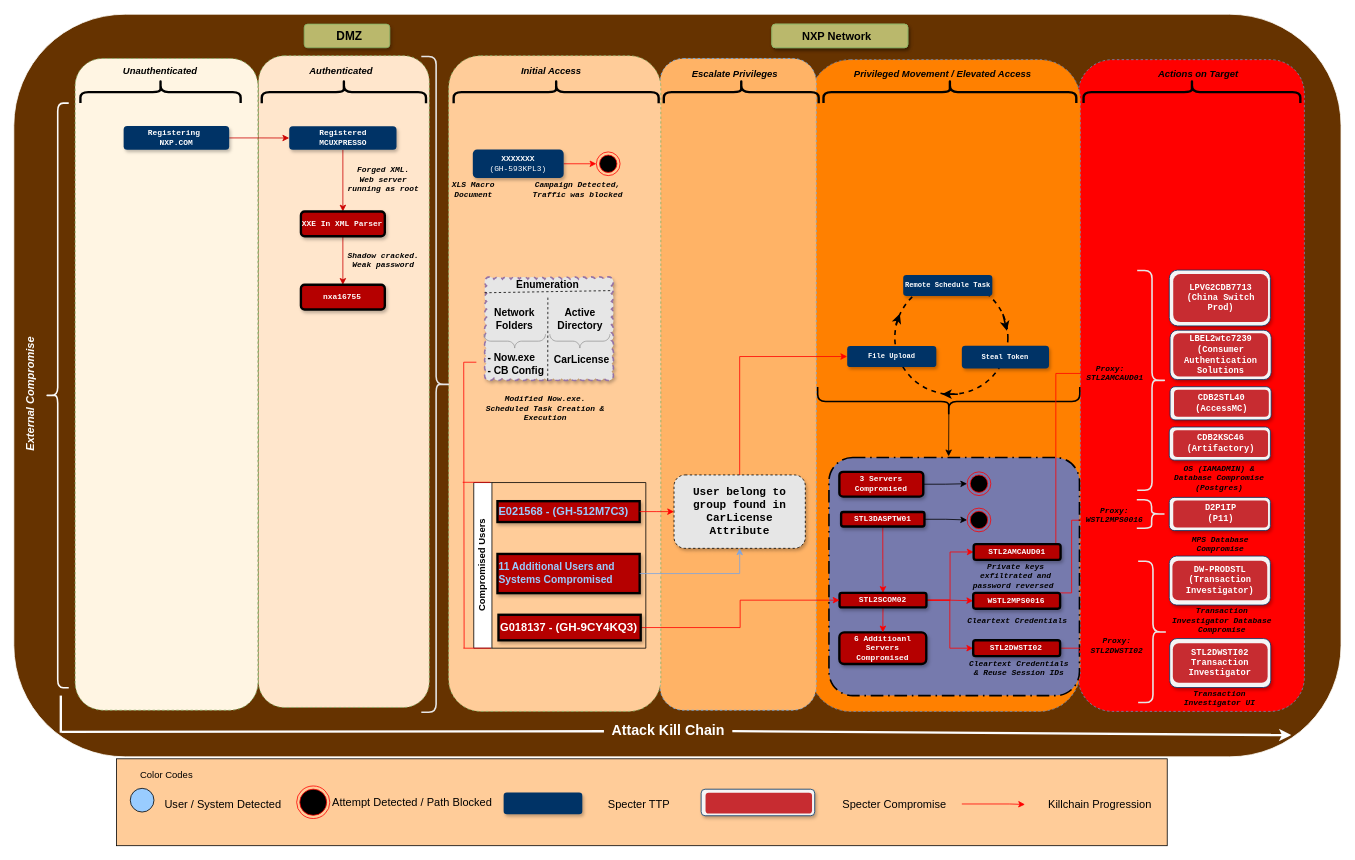
The draw.io diagram nxp.drawio in thodorian/test, before the edit. Source tidied: cells renumbered, new cells numbered last; positions are measured from the earlier drawing's top-left corner, leaving out a move shared by most shapes. Both pictures are drawn from the tidied source at 79%, with x=0, y=0 at pixel (-35, -36).
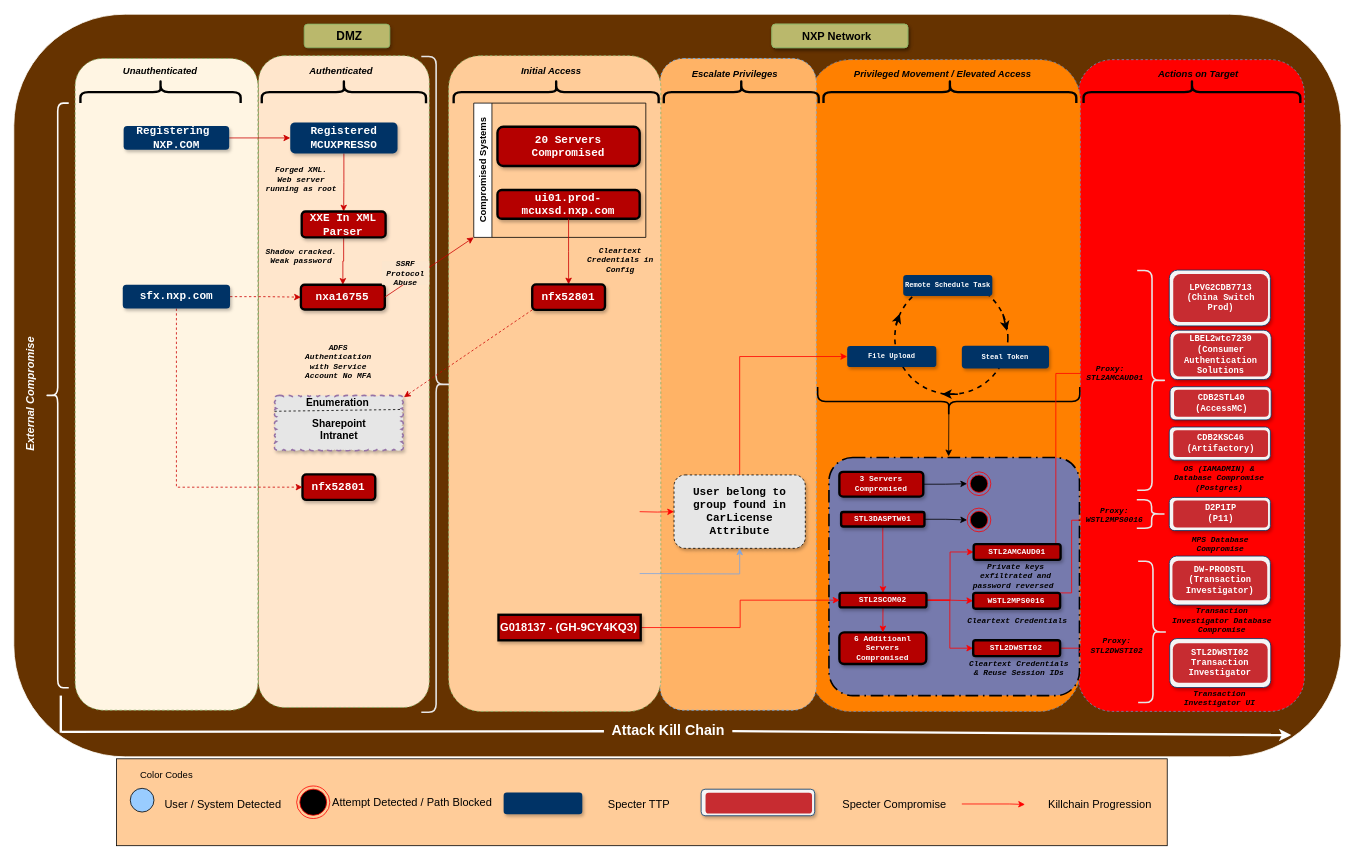
The same page after the edit.

The change refers to these unchanged cells:
```xml
<mxCell id="53" value="&lt;font style=&quot;font-size: 14px;&quot;&gt;User belong to group found in CarLicense Attribute&lt;br&gt;&lt;/font&gt;" style="rounded=1;whiteSpace=wrap;html=1;fillColor=#E6E6E6;strokeColor=#000000;glass=0;shadow=1;strokeWidth=1;perimeterSpacing=0;gradientColor=none;fontFamily=Courier New;fontSize=10;fontStyle=1;fontColor=#000000;dashed=1;" parent="1" vertex="1">
  <mxGeometry x="896.7" y="645.7" width="166.2" height="92.9" as="geometry" />
</mxCell>
```

What changed in the source:
```diff
@@
-    <mxCell id="16" style="edgeStyle=orthogonalEdgeStyle;rounded=0;jettySize=auto;html=1;exitX=1;exitY=0.5;exitDx=0;exitDy=0;entryX=0;entryY=0.5;entryDx=0;entryDy=0;strokeColor=#FF0000;" parent="1" edge="1" source="17" target="39">
-      <mxGeometry relative="1" as="geometry" />
-    </mxCell>
-    <mxCell id="17" value="XXXXXXX&lt;br&gt;&lt;span style=&quot;font-weight: normal&quot;&gt;(GH-593KPL3)&lt;/span&gt;" style="rounded=1;whiteSpace=wrap;html=1;fillColor=#003366;strokeColor=none;glass=0;shadow=1;strokeWidth=3;perimeterSpacing=0;gradientColor=none;fontFamily=Courier New;fontSize=10;fontStyle=1;fontColor=#FFFFFF;" parent="1" vertex="1">
-      <mxGeometry x="642" y="233.8" width="115" height="36" as="geometry" />
-    </mxCell>
@@
-    <mxCell id="38" value="&lt;font style=&quot;font-size: 10px;&quot;&gt;&lt;b style=&quot;font-size: 10px;&quot;&gt;XLS Macro &lt;br style=&quot;font-size: 10px;&quot;&gt;Document&lt;/b&gt;&lt;/font&gt;" style="text;html=1;align=center;verticalAlign=middle;whiteSpace=wrap;shadow=1;glass=0;comic=0;labelBackgroundColor=none;fontFamily=Courier New;fontSize=10;rotation=0;fontStyle=2;fontColor=#000000;" parent="1" vertex="1">
-      <mxGeometry x="582.2" y="266.8" width="122" height="36.4" as="geometry" />
-    </mxCell>
-    <mxCell id="39" style="ellipse;html=1;shape=endState;fillColor=#000000;strokeColor=#ff0000;" parent="1" vertex="1">
-      <mxGeometry x="798.4" y="236.8" width="30" height="30" as="geometry" />
-    </mxCell>
-    <mxCell id="40" value="&lt;b style=&quot;font-size: 10px;&quot;&gt;Campaign Detected, Traffic was blocked&lt;/b&gt;" style="text;html=1;align=center;verticalAlign=middle;whiteSpace=wrap;shadow=1;glass=0;comic=0;labelBackgroundColor=none;fontFamily=Courier New;fontSize=10;rotation=0;fontStyle=2;fontColor=#000000;" parent="1" vertex="1">
-      <mxGeometry x="714.1" y="266.8" width="122" height="36.4" as="geometry" />
-    </mxCell>
     <mxCell id="41" style="group;" parent="1" vertex="1">
-      <mxGeometry x="656" y="395" width="164" height="140" as="geometry" />
+      <mxGeometry x="390" y="545" width="164" height="140" as="geometry" />
     </mxCell>
     <mxCell id="42" style="whiteSpace=wrap;html=1;shape=mxgraph.basic.cloud_rect;shadow=1;dashed=1;strokeWidth=2;fontSize=11;align=left;labelBackgroundColor=#ffffff;fillStyle=auto;fillColor=#E6E6E6;strokeColor=#9673a6;" parent="41" vertex="1">
-      <mxGeometry x="0.9" width="163.1" height="131.2" as="geometry" />
+      <mxGeometry x="0.9" width="163.1" height="70" as="geometry" />
     </mxCell>
@@
-    <mxCell id="44" style="endArrow=none;dashed=1;html=1;fontSize=11;fontColor=#949494;entryX=0.992;entryY=0.132;entryDx=0;entryDy=0;entryPerimeter=0;exitX=0.016;exitY=0.156;exitDx=0;exitDy=0;exitPerimeter=0;" parent="41" edge="1" target="42">
+    <mxCell id="44" style="endArrow=none;dashed=1;html=1;fontSize=11;fontColor=#949494;entryX=0.98;entryY=0.255;entryDx=0;entryDy=0;entryPerimeter=0;exitX=0.016;exitY=0.156;exitDx=0;exitDy=0;exitPerimeter=0;" parent="41" edge="1" target="42">
       <mxGeometry relative="1" as="geometry">
         <mxPoint x="0.9" y="20.1" as="sourcePoint" />
       </mxGeometry>
     </mxCell>
-    <mxCell id="45" value="Network Folders" style="text;html=1;strokeColor=none;fillColor=none;align=center;verticalAlign=middle;whiteSpace=wrap;rounded=0;glass=0;shadow=0;labelBackgroundColor=none;labelBorderColor=none;fontSize=13;fontStyle=1;" parent="41" vertex="1">
-      <mxGeometry x="9" y="39.4" width="60" height="26.2" as="geometry" />
-    </mxCell>
-    <mxCell id="46" value="Active Directory" style="text;html=1;strokeColor=none;fillColor=none;align=center;verticalAlign=middle;whiteSpace=wrap;rounded=0;fontSize=13;fontStyle=1;" parent="41" vertex="1">
-      <mxGeometry x="91.5" y="39.4" width="60" height="26.2" as="geometry" />
+    <mxCell id="46" value="Sharepoint Intranet" style="text;html=1;strokeColor=none;fillColor=none;align=center;verticalAlign=middle;whiteSpace=wrap;rounded=0;fontSize=13;fontStyle=1;" parent="41" vertex="1">
+      <mxGeometry x="52.5" y="30" width="60" height="26.2" as="geometry" />
     </mxCell>
-    <mxCell id="47" style="endArrow=none;dashed=1;html=1;fontSize=11;fontColor=#949494;entryX=0.49;entryY=1;entryDx=0;entryDy=0;entryPerimeter=0;" parent="41" edge="1" target="42">
-      <mxGeometry relative="1" as="geometry">
-        <mxPoint x="81" y="26.2" as="sourcePoint" />
-      </mxGeometry>
-    </mxCell>
-    <mxCell id="48" style="verticalLabelPosition=bottom;shadow=0;dashed=0;align=center;html=1;verticalAlign=top;strokeWidth=1;shape=mxgraph.mockup.markup.curlyBrace;whiteSpace=wrap;strokeColor=#999999;rotation=-180;" parent="41" vertex="1">
-      <mxGeometry y="72.6" width="78" height="17.5" as="geometry" />
-    </mxCell>
-    <mxCell id="49" style="verticalLabelPosition=bottom;shadow=0;dashed=0;align=center;html=1;verticalAlign=top;strokeWidth=1;shape=mxgraph.mockup.markup.curlyBrace;whiteSpace=wrap;strokeColor=#999999;rotation=-180;" parent="41" vertex="1">
-      <mxGeometry x="83.5" y="72.6" width="76" height="17.5" as="geometry" />
-    </mxCell>
-    <mxCell id="50" value="- Now.exe&lt;br&gt;- CB Config" style="text;html=1;strokeColor=none;fillColor=none;align=left;verticalAlign=middle;whiteSpace=wrap;rounded=0;glass=0;shadow=0;labelBackgroundColor=none;labelBorderColor=none;fontSize=13;fontStyle=1;" parent="41" vertex="1">
-      <mxGeometry x="3.3" y="97.1" width="78.4" height="26.2" as="geometry" />
-    </mxCell>
-    <mxCell id="51" value="CarLicense" style="text;html=1;strokeColor=none;fillColor=none;align=center;verticalAlign=middle;whiteSpace=wrap;rounded=0;glass=0;shadow=0;labelBackgroundColor=none;labelBorderColor=none;fontSize=13;fontStyle=1;" parent="41" vertex="1">
-      <mxGeometry x="93.4" y="87.5" width="62.1" height="35.9" as="geometry" />
-    </mxCell>
+    <mxCell id="153" value="&lt;p style=&quot;margin: 0in;&quot;&gt;&lt;font face=&quot;Courier New&quot; style=&quot;&quot; color=&quot;#ffffff&quot;&gt;&lt;span style=&quot;font-size: 14px;&quot;&gt;nfx52801&lt;/span&gt;&lt;/font&gt;&lt;/p&gt;" style="rounded=1;whiteSpace=wrap;html=1;glass=0;shadow=1;strokeWidth=3;perimeterSpacing=0;fontFamily=Courier New;fontSize=10;fontStyle=1;fillColor=#B50000;align=center;" parent="41" vertex="1">
+      <mxGeometry x="36.4" y="100" width="92.1" height="32.3" as="geometry" />
+    </mxCell>
@@
-    <mxCell id="54" value="&lt;b style=&quot;font-size: 10px;&quot;&gt;Modified Now.exe. Scheduled Task Creation &amp;amp; Execution&lt;/b&gt;" style="text;html=1;align=center;verticalAlign=middle;whiteSpace=wrap;shadow=1;glass=0;comic=0;labelBackgroundColor=none;fontFamily=Courier New;fontSize=10;rotation=0;fontStyle=2;fontColor=#000000;" parent="1" vertex="1">
-      <mxGeometry x="654.5" y="543.4" width="158" height="36.4" as="geometry" />
-    </mxCell>
-    <mxCell id="55" style="endArrow=none;html=1;rounded=0;strokeColor=#FF0000;" parent="1" edge="1">
-      <mxGeometry relative="1" as="geometry">
-        <mxPoint x="630.5" y="503" as="sourcePoint" />
-        <mxPoint x="646.5" y="503" as="targetPoint" />
-      </mxGeometry>
-    </mxCell>
-    <mxCell id="56" style="endArrow=none;html=1;rounded=0;strokeColor=#FF0000;" parent="1" edge="1">
-      <mxGeometry relative="1" as="geometry">
-        <mxPoint x="631" y="865" as="sourcePoint" />
-        <mxPoint x="630.5" y="503" as="targetPoint" />
-      </mxGeometry>
-    </mxCell>
@@
-    <mxCell id="95" value="Compromised Users" style="swimlane;horizontal=0;whiteSpace=wrap;html=1;" parent="1" vertex="1">
-      <mxGeometry x="643.2" y="655.3" width="217.8" height="209.7" as="geometry" />
-    </mxCell>
-    <mxCell id="96" value="&lt;p style=&quot;margin: 0in; font-family: Calibri; font-size: 11pt;&quot;&gt;&lt;span style=&quot;font-size: 14px; color: rgb(153, 204, 255); background-color: initial;&quot;&gt;E021568 - (GH-512M7C3)&lt;/span&gt;&lt;br&gt;&lt;/p&gt;" style="rounded=0;whiteSpace=wrap;html=1;glass=0;shadow=1;strokeWidth=3;perimeterSpacing=0;fontFamily=Courier New;fontSize=10;fontStyle=1;fillColor=#B50000;align=left;" parent="95" vertex="1">
-      <mxGeometry x="30" y="23.6" width="180" height="26.4" as="geometry" />
-    </mxCell>
-    <mxCell id="97" value="&lt;p style=&quot;margin: 0in; font-size: 13px;&quot;&gt;&lt;font face=&quot;Calibri&quot; color=&quot;#99ccff&quot;&gt;11 Additional Users and Systems Compromised&lt;/font&gt;&lt;/p&gt;" style="rounded=0;whiteSpace=wrap;html=1;glass=0;shadow=1;strokeWidth=3;perimeterSpacing=0;fontFamily=Courier New;fontSize=10;fontStyle=1;fillColor=#B50000;align=left;" parent="95" vertex="1">
-      <mxGeometry x="30" y="90.4" width="180" height="49.6" as="geometry" />
-    </mxCell>
-    <mxCell id="98" style="edgeStyle=orthogonalEdgeStyle;rounded=0;jettySize=auto;html=1;exitX=1;exitY=0.5;exitDx=0;exitDy=0;entryX=0;entryY=0.5;entryDx=0;entryDy=0;strokeColor=#FF0000;" parent="1" edge="1" source="96" target="53">
-      <mxGeometry relative="1" as="geometry" />
+    <mxCell id="98" style="edgeStyle=orthogonalEdgeStyle;rounded=0;jettySize=auto;html=1;exitX=1;exitY=0.5;exitDx=0;exitDy=0;entryX=0;entryY=0.5;entryDx=0;entryDy=0;strokeColor=#FF0000;" parent="1" edge="1" target="53">
+      <mxGeometry relative="1" as="geometry">
+        <mxPoint x="853.2" y="692.2" as="sourcePoint" />
+      </mxGeometry>
     </mxCell>
-    <mxCell id="99" style="edgeStyle=orthogonalEdgeStyle;rounded=0;jettySize=auto;html=1;exitX=1;exitY=0.5;exitDx=0;exitDy=0;entryX=0.5;entryY=1;entryDx=0;entryDy=0;strokeColor=#7EA6E0;" parent="1" edge="1" source="97" target="53">
-      <mxGeometry relative="1" as="geometry" />
+    <mxCell id="99" style="edgeStyle=orthogonalEdgeStyle;rounded=0;jettySize=auto;html=1;exitX=1;exitY=0.5;exitDx=0;exitDy=0;entryX=0.5;entryY=1;entryDx=0;entryDy=0;strokeColor=#7EA6E0;" parent="1" edge="1" target="53">
+      <mxGeometry relative="1" as="geometry">
+        <mxPoint x="853.2" y="770.5" as="sourcePoint" />
+      </mxGeometry>
     </mxCell>
@@
-    <mxCell id="117" style="endArrow=none;html=1;rounded=0;entryX=0;entryY=0.5;entryDx=0;entryDy=0;strokeColor=#FF0000;" parent="1" edge="1">
-      <mxGeometry relative="1" as="geometry">
-        <mxPoint x="629.2" y="655" as="sourcePoint" />
-        <mxPoint x="664.2" y="655" as="targetPoint" />
-      </mxGeometry>
-    </mxCell>
@@
-    <mxCell id="143" style="endArrow=none;html=1;rounded=0;entryX=0;entryY=0.5;entryDx=0;entryDy=0;strokeColor=#FF0000;" parent="1" edge="1">
-      <mxGeometry relative="1" as="geometry">
-        <mxPoint x="630" y="865" as="sourcePoint" />
-        <mxPoint x="665" y="865" as="targetPoint" />
-      </mxGeometry>
-    </mxCell>
@@
-    <mxCell id="145" value="Registering&amp;nbsp;&lt;div&gt;NXP.COM&lt;/div&gt;" style="rounded=1;whiteSpace=wrap;html=1;fillColor=#003366;strokeColor=none;glass=0;shadow=1;strokeWidth=3;perimeterSpacing=0;gradientColor=none;fontFamily=Courier New;fontSize=10;fontStyle=1;fontColor=#FFFFFF;" parent="1" vertex="1">
+    <mxCell id="145" value="&lt;font style=&quot;font-size: 14px;&quot;&gt;Registering&amp;nbsp;&lt;/font&gt;&lt;div style=&quot;font-size: 14px;&quot;&gt;&lt;font style=&quot;font-size: 14px;&quot;&gt;NXP.COM&lt;/font&gt;&lt;/div&gt;" style="rounded=1;whiteSpace=wrap;html=1;fillColor=#003366;strokeColor=none;glass=0;shadow=1;strokeWidth=3;perimeterSpacing=0;gradientColor=none;fontFamily=Courier New;fontSize=10;fontStyle=1;fontColor=#FFFFFF;" parent="1" vertex="1">
       <mxGeometry x="200" y="204.1" width="133.6" height="30" as="geometry" />
     </mxCell>
@@
-    <mxCell id="147" value="Registered&lt;div&gt;MCUXPRESSO&lt;/div&gt;" style="rounded=1;whiteSpace=wrap;html=1;fillColor=#003366;strokeColor=none;glass=0;shadow=1;strokeWidth=3;perimeterSpacing=0;gradientColor=none;fontFamily=Courier New;fontSize=10;fontStyle=1;fontColor=#FFFFFF;" parent="1" vertex="1">
-      <mxGeometry x="409.6" y="204.2" width="135.8" height="30" as="geometry" />
+    <mxCell id="147" value="&lt;font style=&quot;font-size: 14px;&quot;&gt;Registered&lt;/font&gt;&lt;div style=&quot;font-size: 14px;&quot;&gt;&lt;font style=&quot;font-size: 14px;&quot;&gt;MCUXPRESSO&lt;/font&gt;&lt;/div&gt;" style="rounded=1;whiteSpace=wrap;html=1;fillColor=#003366;strokeColor=none;glass=0;shadow=1;strokeWidth=3;perimeterSpacing=0;gradientColor=none;fontFamily=Courier New;fontSize=10;fontStyle=1;fontColor=#FFFFFF;" parent="1" vertex="1">
+      <mxGeometry x="410.9" y="199.5" width="135.8" height="39.2" as="geometry" />
     </mxCell>
@@
-    <mxCell id="149" value="&lt;font color=&quot;#fcfcfc&quot;&gt;XXE In XML Parser&lt;/font&gt;" style="rounded=1;whiteSpace=wrap;html=1;glass=0;shadow=1;strokeWidth=3;perimeterSpacing=0;fontFamily=Courier New;fontSize=10;fontStyle=1;fillColor=#B50000;" parent="1" vertex="1">
-      <mxGeometry x="424.4" y="312.2" width="106.2" height="31.3" as="geometry" />
+    <mxCell id="149" value="&lt;font style=&quot;font-size: 14px;&quot; color=&quot;#fcfcfc&quot;&gt;XXE In XML Parser&lt;/font&gt;" style="rounded=1;whiteSpace=wrap;html=1;glass=0;shadow=1;strokeWidth=3;perimeterSpacing=0;fontFamily=Courier New;fontSize=10;fontStyle=1;fillColor=#B50000;" parent="1" vertex="1">
+      <mxGeometry x="425.4" y="312.2" width="106.2" height="32.8" as="geometry" />
     </mxCell>
-    <mxCell id="150" value="&lt;font color=&quot;#fcfcfc&quot;&gt;nxa16755&lt;/font&gt;" style="rounded=1;whiteSpace=wrap;html=1;glass=0;shadow=1;strokeWidth=3;perimeterSpacing=0;fontFamily=Courier New;fontSize=10;fontStyle=1;fillColor=#B50000;" parent="1" vertex="1">
+    <mxCell id="150" value="&lt;font style=&quot;font-size: 14px;&quot; color=&quot;#fcfcfc&quot;&gt;nxa16755&lt;/font&gt;" style="rounded=1;whiteSpace=wrap;html=1;glass=0;shadow=1;strokeWidth=3;perimeterSpacing=0;fontFamily=Courier New;fontSize=10;fontStyle=1;fillColor=#B50000;" parent="1" vertex="1">
       <mxGeometry x="424.4" y="405" width="106.2" height="31.3" as="geometry" />
     </mxCell>
     <mxCell id="151" value="&lt;b&gt;Forged XML.&lt;/b&gt;&lt;div&gt;&lt;b&gt;Web server running as root&lt;/b&gt;&lt;/div&gt;" style="text;html=1;align=center;verticalAlign=middle;whiteSpace=wrap;shadow=1;glass=0;comic=0;labelBackgroundColor=none;fontFamily=Courier New;fontSize=10;rotation=0;fontStyle=2;fontColor=#000000;" parent="1" vertex="1">
-      <mxGeometry x="478.4" y="253.4" width="101.6" height="36.4" as="geometry" />
+      <mxGeometry x="374" y="253.4" width="101.6" height="36.4" as="geometry" />
     </mxCell>
     <mxCell id="152" value="&lt;b&gt;Shadow cracked. Weak password&lt;/b&gt;" style="text;html=1;align=center;verticalAlign=middle;whiteSpace=wrap;shadow=1;glass=0;comic=0;labelBackgroundColor=none;fontFamily=Courier New;fontSize=10;rotation=0;fontStyle=2;fontColor=#000000;" parent="1" vertex="1">
-      <mxGeometry x="478.4" y="356.1" width="101.6" height="36.4" as="geometry" />
+      <mxGeometry x="374" y="350.5" width="101.6" height="36.4" as="geometry" />
     </mxCell>
+    <mxCell id="154" style="edgeStyle=orthogonalEdgeStyle;rounded=0;jettySize=auto;html=1;exitX=1;exitY=0.5;exitDx=0;exitDy=0;entryX=0;entryY=0.5;entryDx=0;entryDy=0;strokeColor=#CC0000;dashed=1;" parent="1" edge="1" source="156" target="150">
+      <mxGeometry relative="1" as="geometry" />
+    </mxCell>
+    <mxCell id="155" style="edgeStyle=orthogonalEdgeStyle;rounded=0;jettySize=auto;html=1;exitX=0.5;exitY=1;exitDx=0;exitDy=0;entryX=0;entryY=0.5;entryDx=0;entryDy=0;strokeColor=#CC0000;curved=0;dashed=1;" parent="1" edge="1" source="156" target="153">
+      <mxGeometry relative="1" as="geometry" />
+    </mxCell>
+    <mxCell id="156" value="&lt;font style=&quot;font-size: 14px;&quot;&gt;sfx.nxp.com&lt;/font&gt;" style="rounded=1;whiteSpace=wrap;html=1;fillColor=#003366;strokeColor=none;glass=0;shadow=1;strokeWidth=3;perimeterSpacing=0;gradientColor=none;fontFamily=Courier New;fontSize=10;fontStyle=1;fontColor=#FFFFFF;" parent="1" vertex="1">
+      <mxGeometry x="198.9" y="405" width="135.8" height="30" as="geometry" />
+    </mxCell>
+    <mxCell id="157" value="Compromised Systems" style="swimlane;horizontal=0;whiteSpace=wrap;html=1;" parent="1" vertex="1">
+      <mxGeometry x="643.2" y="175" width="217.8" height="170" as="geometry" />
+    </mxCell>
+    <mxCell id="158" value="&lt;p style=&quot;margin: 0in;&quot;&gt;&lt;font style=&quot;font-size: 14px;&quot;&gt;ui01.prod-mcuxsd.nxp.com&lt;/font&gt;&lt;br&gt;&lt;/p&gt;" style="rounded=1;whiteSpace=wrap;html=1;glass=0;shadow=1;strokeWidth=3;perimeterSpacing=0;fontFamily=Courier New;fontSize=10;fontStyle=1;fillColor=#B50000;align=center;fontColor=#FFFFFF;" parent="157" vertex="1">
+      <mxGeometry x="30" y="110" width="180" height="36.4" as="geometry" />
+    </mxCell>
+    <mxCell id="159" value="&lt;p style=&quot;margin: 0in;&quot;&gt;&lt;font face=&quot;Courier New&quot; style=&quot;font-size: 14px;&quot;&gt;20 Servers Compromised&lt;/font&gt;&lt;/p&gt;" style="rounded=1;whiteSpace=wrap;html=1;glass=0;shadow=1;strokeWidth=3;perimeterSpacing=0;fontFamily=Courier New;fontSize=10;fontStyle=1;fillColor=#B50000;align=center;fontColor=#FFFFFF;" parent="157" vertex="1">
+      <mxGeometry x="30" y="30" width="180" height="49.6" as="geometry" />
+    </mxCell>
+    <mxCell id="160" style="endArrow=classic;html=1;rounded=0;entryX=0;entryY=1;entryDx=0;entryDy=0;strokeColor=#CC0000;exitX=1;exitY=0.5;exitDx=0;exitDy=0;" parent="1" edge="1" source="150" target="157">
+      <mxGeometry relative="1" as="geometry" />
+    </mxCell>
+    <mxCell id="161" value="&lt;b style=&quot;font-family: &amp;quot;Courier New&amp;quot;; font-size: 10px; font-style: italic;&quot;&gt;SSRF&lt;/b&gt;&lt;div style=&quot;font-family: &amp;quot;Courier New&amp;quot;; font-size: 10px; font-style: italic;&quot;&gt;&lt;b&gt;Protocol Abuse&lt;/b&gt;&lt;/div&gt;" style="rounded=0;whiteSpace=wrap;html=1;fillColor=#fce6ce;strokeColor=none;" parent="1" vertex="1">
+      <mxGeometry x="526.9" y="375" width="60" height="30" as="geometry" />
+    </mxCell>
+    <mxCell id="162" style="edgeStyle=orthogonalEdgeStyle;rounded=0;jettySize=auto;html=1;exitX=0.5;exitY=1;exitDx=0;exitDy=0;entryX=0.5;entryY=0;entryDx=0;entryDy=0;strokeColor=#CC0000;" parent="1" edge="1" source="165">
+      <mxGeometry relative="1" as="geometry">
+        <mxPoint x="762" y="424.7" as="targetPoint" />
+      </mxGeometry>
+    </mxCell>
+    <mxCell id="163" value="&lt;b&gt;Cleartext Credentials in Config&lt;/b&gt;" style="text;html=1;align=center;verticalAlign=middle;whiteSpace=wrap;shadow=1;glass=0;comic=0;labelBackgroundColor=none;fontFamily=Courier New;fontSize=10;rotation=0;fontStyle=2;fontColor=#000000;" parent="1" vertex="1">
+      <mxGeometry x="778.4" y="356.1" width="101.6" height="36.4" as="geometry" />
+    </mxCell>
+    <mxCell id="164" style="edgeStyle=orthogonalEdgeStyle;rounded=0;jettySize=auto;html=1;exitX=0.5;exitY=1;exitDx=0;exitDy=0;entryX=0.5;entryY=0;entryDx=0;entryDy=0;strokeColor=#CC0000;" parent="1" edge="1" source="158" target="165">
+      <mxGeometry relative="1" as="geometry" />
+    </mxCell>
+    <mxCell id="165" value="&lt;p style=&quot;margin: 0in;&quot;&gt;&lt;font face=&quot;Courier New&quot; style=&quot;&quot; color=&quot;#ffffff&quot;&gt;&lt;span style=&quot;font-size: 14px;&quot;&gt;nfx52801&lt;/span&gt;&lt;/font&gt;&lt;/p&gt;" style="rounded=1;whiteSpace=wrap;html=1;glass=0;shadow=1;strokeWidth=3;perimeterSpacing=0;fontFamily=Courier New;fontSize=10;fontStyle=1;fillColor=#B50000;align=center;" parent="1" vertex="1">
+      <mxGeometry x="717.2" y="404.5" width="92.1" height="32.3" as="geometry" />
+    </mxCell>
+    <mxCell id="166" style="endArrow=classic;html=1;rounded=0;entryX=1.005;entryY=0.032;entryDx=0;entryDy=0;strokeColor=#CC0000;exitX=0;exitY=1;exitDx=0;exitDy=0;entryPerimeter=0;dashed=1;" parent="1" edge="1" source="165" target="42">
+      <mxGeometry relative="1" as="geometry" />
+    </mxCell>
+    <mxCell id="167" value="&lt;b&gt;ADFS Authentication with Service Account No MFA&lt;/b&gt;" style="text;html=1;align=center;verticalAlign=middle;whiteSpace=wrap;shadow=1;glass=0;comic=0;labelBackgroundColor=none;fontFamily=Courier New;fontSize=10;rotation=0;fontStyle=2;fontColor=#000000;" parent="1" vertex="1">
+      <mxGeometry x="421.2" y="485" width="101.6" height="36.4" as="geometry" />
+    </mxCell>
```
